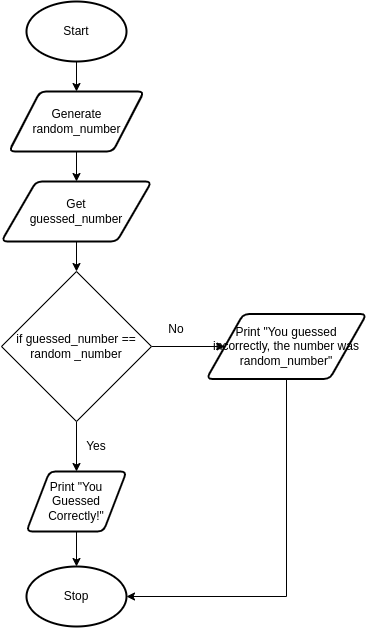
The draw.io diagram drawio/flowchart/flowchart.png in Aidan-Lalonde-Novales/ICS3U-Unit3-03-Python, before a commit. Source tidied: cells renumbered, new cells last; positions are measured from the earlier drawing's top-left corner, leaving out a move shared by most shapes.
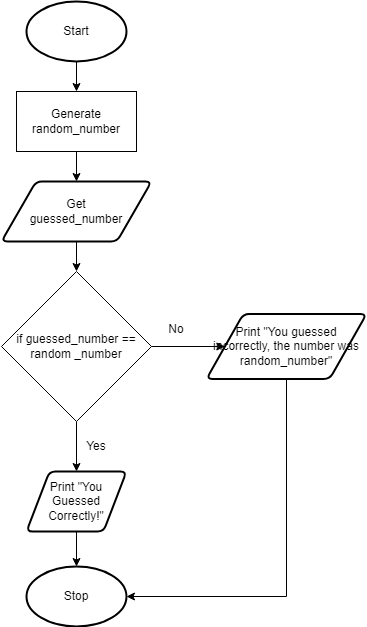
Above is the later version.

Diff of the diagram source:
```diff
@@ -2,8 +2,10 @@
   <root>
     <mxCell id="0" />
     <mxCell id="1" parent="0" />
-    <mxCell id="2" style="edgeStyle=none;html=1;exitX=0.5;exitY=1;exitDx=0;exitDy=0;exitPerimeter=0;entryX=0.5;entryY=0;entryDx=0;entryDy=0;" parent="1" edge="1" source="3" target="17">
-      <mxGeometry relative="1" as="geometry" />
+    <mxCell id="2" style="edgeStyle=none;html=1;exitX=0.5;exitY=1;exitDx=0;exitDy=0;exitPerimeter=0;entryX=0.5;entryY=0;entryDx=0;entryDy=0;" parent="1" edge="1" source="3">
+      <mxGeometry relative="1" as="geometry">
+        <mxPoint x="75" y="90" as="targetPoint" />
+      </mxGeometry>
     </mxCell>
     <mxCell id="3" value="Start" style="strokeWidth=2;html=1;shape=mxgraph.flowchart.start_1;whiteSpace=wrap;" parent="1" vertex="1">
       <mxGeometry x="25" width="100" height="60" as="geometry" />
@@ -48,11 +50,13 @@
     <mxCell id="15" value="&lt;span&gt;if guessed_number == random _number&lt;/span&gt;" style="rhombus;whiteSpace=wrap;html=1;" parent="1" vertex="1">
       <mxGeometry y="270" width="150" height="150" as="geometry" />
     </mxCell>
-    <mxCell id="16" style="edgeStyle=none;html=1;entryX=0.5;entryY=0;entryDx=0;entryDy=0;" parent="1" edge="1" source="17" target="5">
-      <mxGeometry relative="1" as="geometry" />
+    <mxCell id="16" style="edgeStyle=none;html=1;entryX=0.5;entryY=0;entryDx=0;entryDy=0;" parent="1" edge="1" target="5">
+      <mxGeometry relative="1" as="geometry">
+        <mxPoint x="75" y="150" as="sourcePoint" />
+      </mxGeometry>
     </mxCell>
-    <mxCell id="17" value="Generate random_number" style="shape=parallelogram;html=1;strokeWidth=2;perimeter=parallelogramPerimeter;whiteSpace=wrap;rounded=1;arcSize=12;size=0.23;" parent="1" vertex="1">
-      <mxGeometry x="7.5" y="90" width="135" height="60" as="geometry" />
+    <mxCell id="17" value="&lt;span&gt;Generate random_number&lt;/span&gt;" style="rounded=0;whiteSpace=wrap;html=1;" parent="1" vertex="1">
+      <mxGeometry x="15" y="90" width="120" height="60" as="geometry" />
     </mxCell>
   </root>
 </mxGraphModel>
```
